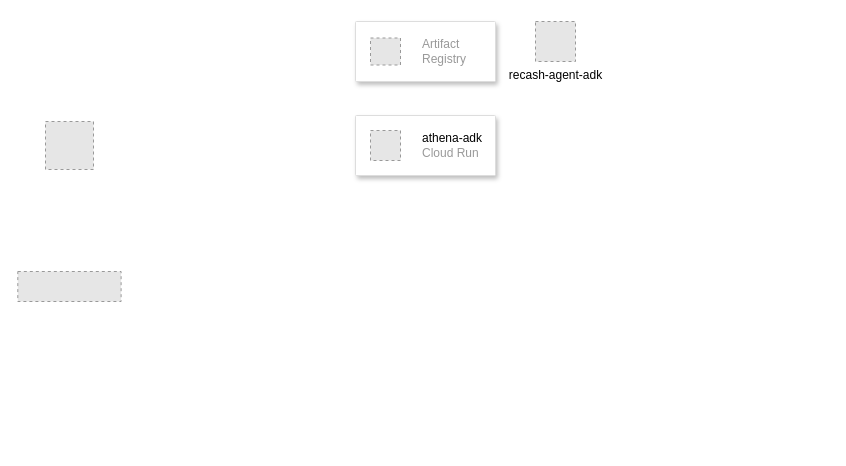
anil-oommen/AthenaHaloADK keeps this draw.io diagram as AthenaRecashADK.drawio. Above is the earlier version. Source tidied: cells renumbered, new cells numbered last; positions are measured from the earlier drawing's top-left corner, leaving out a move shared by most shapes. Both pictures are drawn from the tidied source at 100%, with x=0, y=0 at pixel (17, 21). Pictures stored in the file or linked from it are replaced by grey dashed boxes.
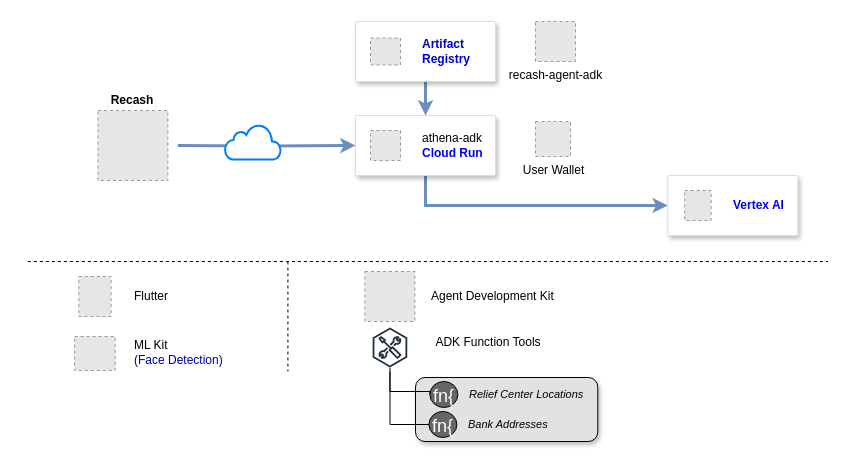
The same page after the edit.

The change refers to these unchanged cells:
```xml
<mxCell id="3" style="fillColor=#ffffff;strokeColor=#dddddd;shadow=1;strokeWidth=1;rounded=1;absoluteArcSize=1;arcSize=2;" parent="1" vertex="1">
  <mxGeometry x="338" y="94" width="140" height="60" as="geometry" />
</mxCell>
<mxCell id="6" style="fillColor=#ffffff;strokeColor=#dddddd;shadow=1;strokeWidth=1;rounded=1;absoluteArcSize=1;arcSize=2;" parent="1" vertex="1">
  <mxGeometry x="338" width="140" height="60" as="geometry" />
</mxCell>
```

The edit, as a diff of the source:
```diff
@@
+    <mxCell id="9" style="rounded=1;whiteSpace=wrap;html=1;shadow=1;glass=0;fillColor=#E2E2E2;" parent="1" vertex="1">
+      <mxGeometry x="398" y="356" width="182.3" height="64" as="geometry" />
+    </mxCell>
+    <mxCell id="10" style="edgeStyle=orthogonalEdgeStyle;rounded=0;jettySize=auto;html=1;entryX=0;entryY=0.5;entryDx=0;entryDy=0;fillColor=#dae8fc;strokeColor=#6c8ebf;strokeWidth=3;" parent="1" edge="1" target="3">
+      <mxGeometry relative="1" as="geometry">
+        <mxPoint x="160.4" y="124" as="sourcePoint" />
+      </mxGeometry>
+    </mxCell>
     <mxCell id="2" style="fillColor=#E6E6E6;strokeColor=#999999;dashed=1;html=1;verticalAlign=top;verticalLabelPosition=bottom;labelBackgroundColor=#ffffff;" parent="1" vertex="1">
-      <mxGeometry x="28" y="100" width="48" height="48" as="geometry" />
+      <mxGeometry x="80.4" y="89" width="70" height="70" as="geometry" />
     </mxCell>
+    <mxCell id="11" style="edgeStyle=orthogonalEdgeStyle;rounded=0;jettySize=auto;html=1;entryX=0;entryY=0.5;entryDx=0;entryDy=0;fillColor=#dae8fc;strokeColor=#6c8ebf;strokeWidth=3;" parent="1" edge="1" source="3" target="18">
+      <mxGeometry relative="1" as="geometry">
+        <Array as="points">
+          <mxPoint x="408.4" y="184" />
+        </Array>
+      </mxGeometry>
+    </mxCell>
@@
-    <mxCell id="4" value="&lt;font color=&quot;#000000&quot;&gt;athena-adk&lt;/font&gt;&lt;br&gt;Cloud Run" style="fillColor=#E6E6E6;strokeColor=#999999;dashed=1;html=1;fontColor=#999999;verticalLabelPosition=middle;verticalAlign=middle;labelPosition=right;align=left;spacingLeft=20;" parent="3" vertex="1">
+    <mxCell id="4" value="&lt;font color=&quot;#000000&quot;&gt;athena-adk&lt;/font&gt;&lt;br&gt;&lt;b&gt;&lt;span style=&quot;color: rgb(0, 0, 153);&quot;&gt;&lt;span style=&quot;color: rgb(0, 0, 255);&quot;&gt;Cloud Run&lt;/span&gt;&lt;/span&gt;&lt;/b&gt;" style="fillColor=#E6E6E6;strokeColor=#999999;dashed=1;html=1;fontColor=#999999;verticalLabelPosition=middle;verticalAlign=middle;labelPosition=right;align=left;spacingLeft=20;" parent="3" vertex="1">
       <mxGeometry width="30" height="30" relative="1" as="geometry">
         <mxPoint x="15" y="15" as="offset" />
       </mxGeometry>
     </mxCell>
@@
+    <mxCell id="12" style="edgeStyle=orthogonalEdgeStyle;rounded=0;jettySize=auto;html=1;fillColor=#dae8fc;strokeColor=#6c8ebf;strokeWidth=3;" parent="1" edge="1" source="6" target="3">
+      <mxGeometry relative="1" as="geometry" />
+    </mxCell>
@@
-    <mxCell id="7" value="Artifact&#10;Registry" style="fillColor=#E6E6E6;strokeColor=#999999;dashed=1;html=1;fontColor=#999999;verticalLabelPosition=middle;verticalAlign=middle;labelPosition=right;align=left;spacingLeft=20;" parent="6" vertex="1">
+    <mxCell id="7" value="&lt;span style=&quot;color: rgb(0, 0, 153);&quot;&gt;&lt;span style=&quot;color: rgb(0, 0, 204);&quot;&gt;&lt;b&gt;Artifact&lt;br&gt;Registry&lt;/b&gt;&lt;/span&gt;&lt;/span&gt;" style="fillColor=#E6E6E6;strokeColor=#999999;dashed=1;html=1;fontColor=#999999;verticalLabelPosition=middle;verticalAlign=middle;labelPosition=right;align=left;spacingLeft=20;" parent="6" vertex="1">
       <mxGeometry width="30" height="27" relative="1" as="geometry">
         <mxPoint x="15" y="16.5" as="offset" />
       </mxGeometry>
     </mxCell>
-    <mxCell id="8" style="fillColor=#E6E6E6;strokeColor=#999999;dashed=1;verticalLabelPosition=bottom;verticalAlign=top;" parent="1" vertex="1">
-      <mxGeometry x="0.3" y="250" width="103.3" height="30" as="geometry" />
-    </mxCell>
+    <mxCell id="13" value="&lt;div&gt;&lt;b&gt;Recash&lt;/b&gt;&lt;/div&gt;" style="text;html=1;align=center;verticalAlign=middle;whiteSpace=wrap;rounded=0;" parent="1" vertex="1">
+      <mxGeometry x="85.4" y="64" width="60" height="30" as="geometry" />
+    </mxCell>
+    <mxCell id="14" value="User Wallet" style="fillColor=#E6E6E6;strokeColor=#999999;dashed=1;html=1;verticalAlign=top;verticalLabelPosition=bottom;labelBackgroundColor=#ffffff;" parent="1" vertex="1">
+      <mxGeometry x="518" y="100" width="35" height="35" as="geometry" />
+    </mxCell>
+    <mxCell id="15" style="fillColor=#E6E6E6;strokeColor=#999999;dashed=1;verticalLabelPosition=bottom;verticalAlign=top;" parent="1" vertex="1">
+      <mxGeometry x="347.4" y="250" width="50" height="50" as="geometry" />
+    </mxCell>
+    <mxCell id="16" value="&lt;div&gt;Agent Development&amp;nbsp;Kit&lt;/div&gt;" style="text;html=1;align=left;verticalAlign=middle;whiteSpace=wrap;rounded=0;" parent="1" vertex="1">
+      <mxGeometry x="412.4" y="260" width="158" height="30" as="geometry" />
+    </mxCell>
+    <mxCell id="17" style="fillColor=#E6E6E6;strokeColor=#999999;dashed=1;verticalLabelPosition=bottom;verticalAlign=top;" parent="1" vertex="1">
+      <mxGeometry x="61.3" y="255" width="32.3" height="40" as="geometry" />
+    </mxCell>
+    <mxCell id="18" style="fillColor=#ffffff;strokeColor=#dddddd;shadow=1;strokeWidth=1;rounded=1;absoluteArcSize=1;arcSize=2;" parent="1" vertex="1">
+      <mxGeometry x="650.4" y="154" width="130" height="60" as="geometry" />
+    </mxCell>
+    <mxCell id="19" value="&lt;b style=&quot;color: rgb(0, 0, 153);&quot;&gt;&lt;span style=&quot;color: rgb(0, 0, 255);&quot;&gt;Vertex AI&lt;/span&gt;&lt;/b&gt;" style="fillColor=#E6E6E6;strokeColor=#999999;dashed=1;html=1;fontColor=#999999;verticalLabelPosition=middle;verticalAlign=middle;labelPosition=right;align=left;spacingLeft=20;" parent="18" vertex="1">
+      <mxGeometry width="26.43" height="30" relative="1" as="geometry">
+        <mxPoint x="16.8" y="15" as="offset" />
+      </mxGeometry>
+    </mxCell>
+    <mxCell id="20" style="html=1;verticalLabelPosition=bottom;align=center;labelBackgroundColor=#ffffff;verticalAlign=top;strokeWidth=2;strokeColor=#0080F0;shadow=0;dashed=0;shape=mxgraph.ios7.icons.cloud;" parent="1" vertex="1">
+      <mxGeometry x="207.4" y="103" width="56" height="35" as="geometry" />
+    </mxCell>
+    <mxCell id="21" style="edgeStyle=orthogonalEdgeStyle;rounded=0;jettySize=auto;html=1;entryX=0;entryY=0.5;entryDx=0;entryDy=0;entryPerimeter=0;endArrow=none;endFill=0;" parent="1" edge="1" source="22" target="31">
+      <mxGeometry relative="1" as="geometry">
+        <Array as="points">
+          <mxPoint x="372.4" y="403" />
+        </Array>
+      </mxGeometry>
+    </mxCell>
+    <mxCell id="22" style="sketch=0;outlineConnect=0;fontColor=#232F3E;gradientColor=none;fillColor=#232F3D;strokeColor=none;dashed=0;verticalLabelPosition=bottom;verticalAlign=top;align=center;html=1;fontSize=12;fontStyle=0;shape=mxgraph.aws4.external_toolkit;" parent="1" vertex="1">
+      <mxGeometry x="355" y="306" width="34.9" height="40" as="geometry" />
+    </mxCell>
+    <mxCell id="23" value="ADK Function Tools" style="text;html=1;align=center;verticalAlign=middle;whiteSpace=wrap;rounded=0;" parent="1" vertex="1">
+      <mxGeometry x="412.4" y="306" width="118" height="30" as="geometry" />
+    </mxCell>
+    <mxCell id="24" style="fillColor=#E6E6E6;strokeColor=#999999;dashed=1;verticalLabelPosition=bottom;verticalAlign=top;" parent="1" vertex="1">
+      <mxGeometry x="57.1" y="315" width="40.6" height="34" as="geometry" />
+    </mxCell>
+    <mxCell id="25" value="Flutter" style="text;html=1;align=center;verticalAlign=middle;whiteSpace=wrap;rounded=0;" parent="1" vertex="1">
+      <mxGeometry x="101.3" y="260" width="66.1" height="30" as="geometry" />
+    </mxCell>
+    <mxCell id="26" value="ML Kit&amp;nbsp;&lt;span style=&quot;color: rgb(0, 0, 153);&quot;&gt;&lt;br&gt;(Face Detection)&lt;/span&gt;" style="text;html=1;align=left;verticalAlign=middle;whiteSpace=wrap;rounded=0;" parent="1" vertex="1">
+      <mxGeometry x="115.4" y="316" width="110" height="30" as="geometry" />
+    </mxCell>
+    <mxCell id="27" style="endArrow=none;dashed=1;html=1;rounded=0;" parent="1" edge="1">
+      <mxGeometry relative="1" as="geometry">
+        <mxPoint x="10.4" y="240" as="sourcePoint" />
+        <mxPoint x="810.4" y="240" as="targetPoint" />
+      </mxGeometry>
+    </mxCell>
+    <mxCell id="28" style="endArrow=none;dashed=1;html=1;rounded=0;" parent="1" edge="1">
+      <mxGeometry relative="1" as="geometry">
+        <mxPoint x="270.4" y="240" as="sourcePoint" />
+        <mxPoint x="270.4" y="350" as="targetPoint" />
+      </mxGeometry>
+    </mxCell>
+    <mxCell id="29" value="&lt;font style=&quot;font-size: 18px;&quot;&gt;fn{&lt;/font&gt;" style="shape=mxgraph.electrical.abstract.function;html=1;shadow=0;dashed=0;align=center;strokeWidth=1;fontSize=24;fontColor=#FFFFFF;fillColor=#666666;" parent="1" vertex="1">
+      <mxGeometry x="412.4" y="360" width="28" height="26" as="geometry" />
+    </mxCell>
+    <mxCell id="30" value="Relief Center Locations" style="text;html=1;align=left;verticalAlign=middle;whiteSpace=wrap;rounded=0;fontStyle=2;fontSize=11;" parent="1" vertex="1">
+      <mxGeometry x="450.4" y="358" width="150" height="30" as="geometry" />
+    </mxCell>
+    <mxCell id="31" value="&lt;font style=&quot;font-size: 18px;&quot;&gt;fn{&lt;/font&gt;" style="shape=mxgraph.electrical.abstract.function;html=1;shadow=0;dashed=0;align=center;strokeWidth=1;fontSize=24;fontColor=#FFFFFF;fillColor=#666666;" parent="1" vertex="1">
+      <mxGeometry x="411.4" y="390" width="28" height="26" as="geometry" />
+    </mxCell>
+    <mxCell id="32" value="Bank Addresses&amp;nbsp;" style="text;html=1;align=left;verticalAlign=middle;whiteSpace=wrap;rounded=0;fontStyle=2;fontSize=11;" parent="1" vertex="1">
+      <mxGeometry x="449.4" y="388" width="150" height="30" as="geometry" />
+    </mxCell>
+    <mxCell id="33" style="edgeStyle=orthogonalEdgeStyle;rounded=0;jettySize=auto;html=1;entryX=0;entryY=0.5;entryDx=0;entryDy=0;entryPerimeter=0;endArrow=none;endFill=0;" parent="1" edge="1" target="29">
+      <mxGeometry relative="1" as="geometry">
+        <mxPoint x="372.4" y="350" as="sourcePoint" />
+        <Array as="points">
+          <mxPoint x="372.4" y="370" />
+          <mxPoint x="412.4" y="370" />
+        </Array>
+      </mxGeometry>
+    </mxCell>
```
